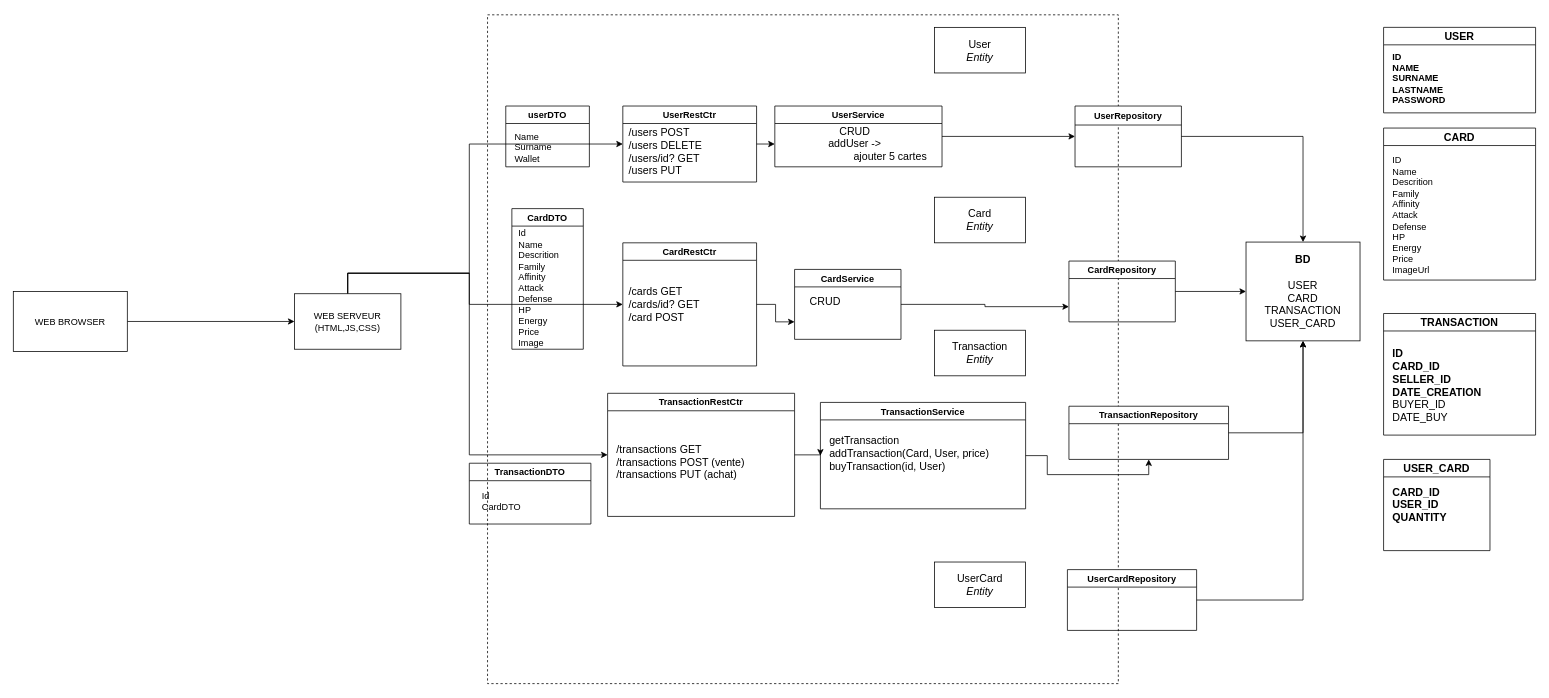
Earlier version of the draw.io diagram Atelier2/atelier2.drawio (GOROVSKY/ASI_CPE). Source tidied: cells renumbered, new cells numbered last; positions are measured from the earlier drawing's top-left corner, leaving out a move shared by most shapes. Both pictures are drawn from the tidied source at 76%, with x=0, y=0 at pixel (13, 14).
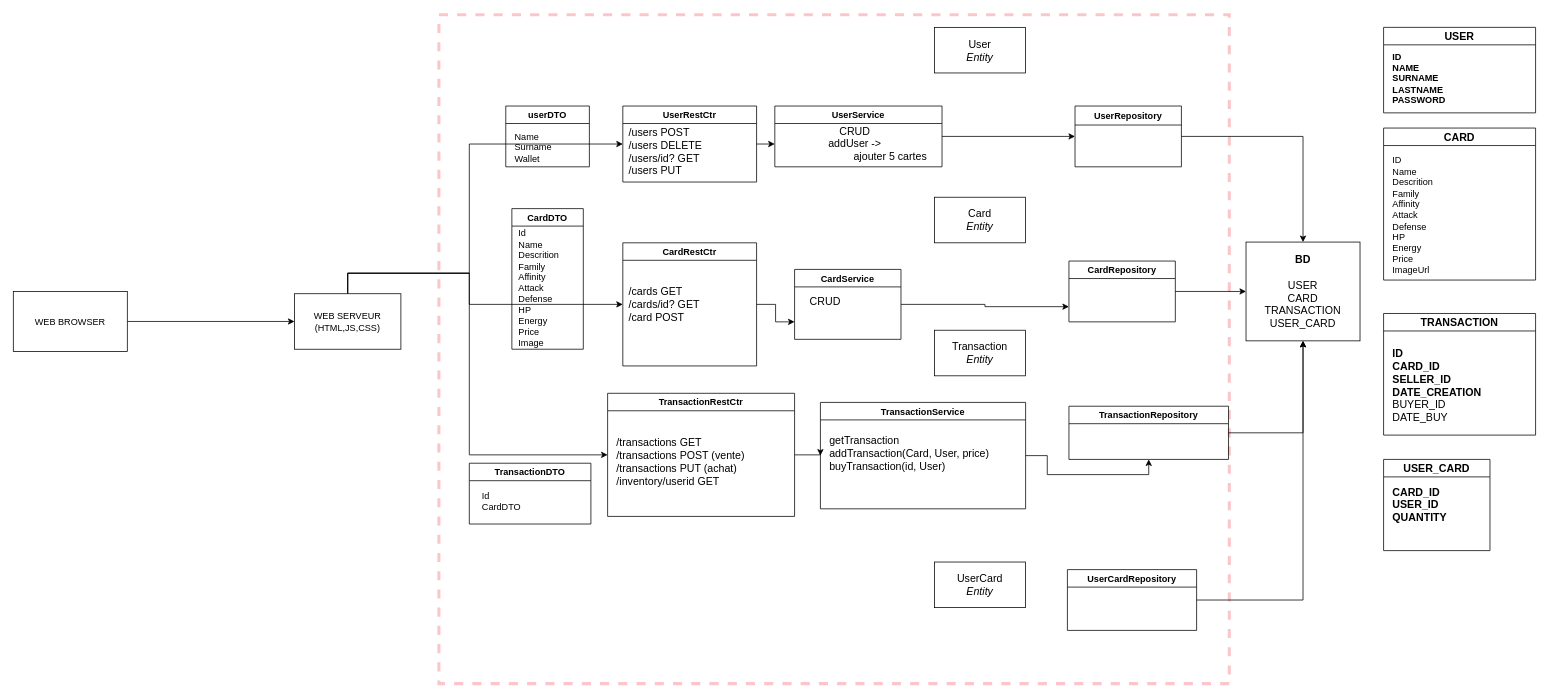
Above is the later version.

Unchanged cells that the change refers to:
```xml
<mxCell id="33" value="TransactionRestCtr" style="swimlane;" parent="1" vertex="1">
  <mxGeometry x="782" y="498" width="246" height="162" as="geometry" />
</mxCell>
```

What changed in the source:
```diff
@@
-    <mxCell id="2" style="rounded=0;whiteSpace=wrap;html=1;fillColor=none;dashed=1;" parent="1" vertex="1">
-      <mxGeometry x="624" width="830" height="880" as="geometry" />
+    <mxCell id="2" style="rounded=0;whiteSpace=wrap;html=1;fillColor=none;dashed=1;strokeColor=#FCC5CA;fontColor=#333333;strokeWidth=4;" parent="1" vertex="1">
+      <mxGeometry x="560" width="1040" height="880" as="geometry" />
     </mxCell>
@@
-    <mxCell id="34" value="&lt;div&gt;&lt;br&gt;&lt;div&gt;/transactions GET&lt;/div&gt;&lt;/div&gt;&lt;div&gt;/transactions POST (vente)&lt;br&gt;&lt;/div&gt;&lt;div&gt;/transactions PUT (achat)&lt;br&gt;&lt;/div&gt;" style="text;html=1;align=left;verticalAlign=middle;strokeColor=none;fillColor=none;fontSize=14;" parent="33" vertex="1">
-      <mxGeometry x="10" y="47" width="180" height="70" as="geometry" />
+    <mxCell id="34" value="&lt;div&gt;&lt;br&gt;&lt;div&gt;/transactions GET&lt;/div&gt;&lt;/div&gt;&lt;div&gt;/transactions POST (vente)&lt;br&gt;&lt;/div&gt;&lt;div&gt;/transactions PUT (achat)&lt;br&gt;&lt;/div&gt;&lt;div&gt;/inventory/userid GET&lt;br&gt;&lt;/div&gt;" style="text;html=1;align=left;verticalAlign=middle;strokeColor=none;fillColor=none;fontSize=14;" parent="33" vertex="1">
+      <mxGeometry x="10" y="37" width="180" height="90" as="geometry" />
     </mxCell>
```
